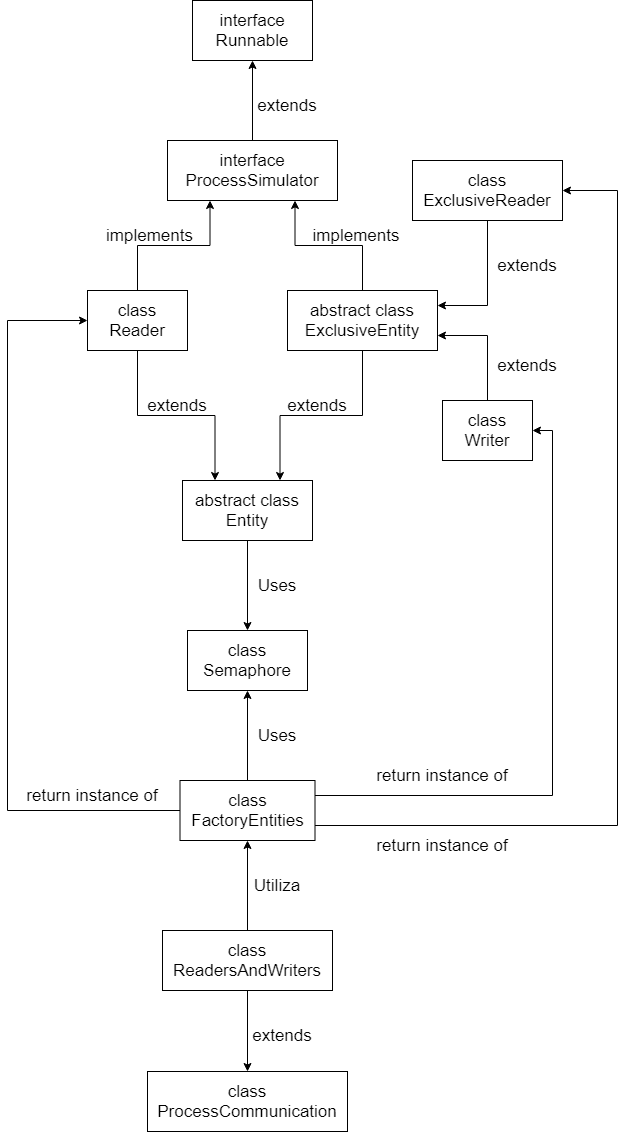
The draw.io diagram SO-EP-2.png in Fabriciolk/Readers-And-Writers, before a commit. Source tidied: cells renumbered, new cells last; positions are measured from the earlier drawing's top-left corner, leaving out a move shared by most shapes.
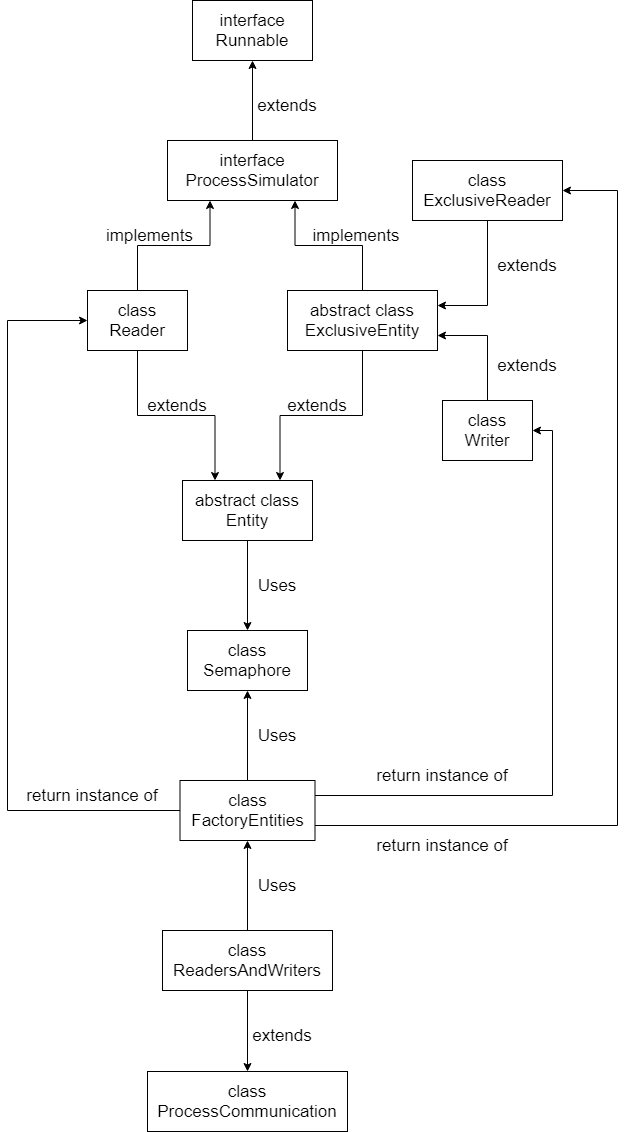
Later version of the same file.

Commit message:
Alterado detalhe na imagem

Diff of the diagram source:
```diff
@@ -93,7 +93,7 @@
     <mxCell id="28" value="Uses" style="text;html=1;strokeColor=none;fillColor=none;align=center;verticalAlign=middle;whiteSpace=wrap;rounded=0;fontSize=17;" parent="1" vertex="1">
       <mxGeometry x="240" y="720" width="60" height="30" as="geometry" />
     </mxCell>
-    <mxCell id="29" value="Utiliza" style="text;html=1;strokeColor=none;fillColor=none;align=center;verticalAlign=middle;whiteSpace=wrap;rounded=0;fontSize=17;" parent="1" vertex="1">
+    <mxCell id="29" value="Uses" style="text;html=1;strokeColor=none;fillColor=none;align=center;verticalAlign=middle;whiteSpace=wrap;rounded=0;fontSize=17;" parent="1" vertex="1">
       <mxGeometry x="240" y="870" width="60" height="30" as="geometry" />
     </mxCell>
     <mxCell id="30" value="extends" style="text;html=1;strokeColor=none;fillColor=none;align=center;verticalAlign=middle;whiteSpace=wrap;rounded=0;fontSize=17;" parent="1" vertex="1">
```
